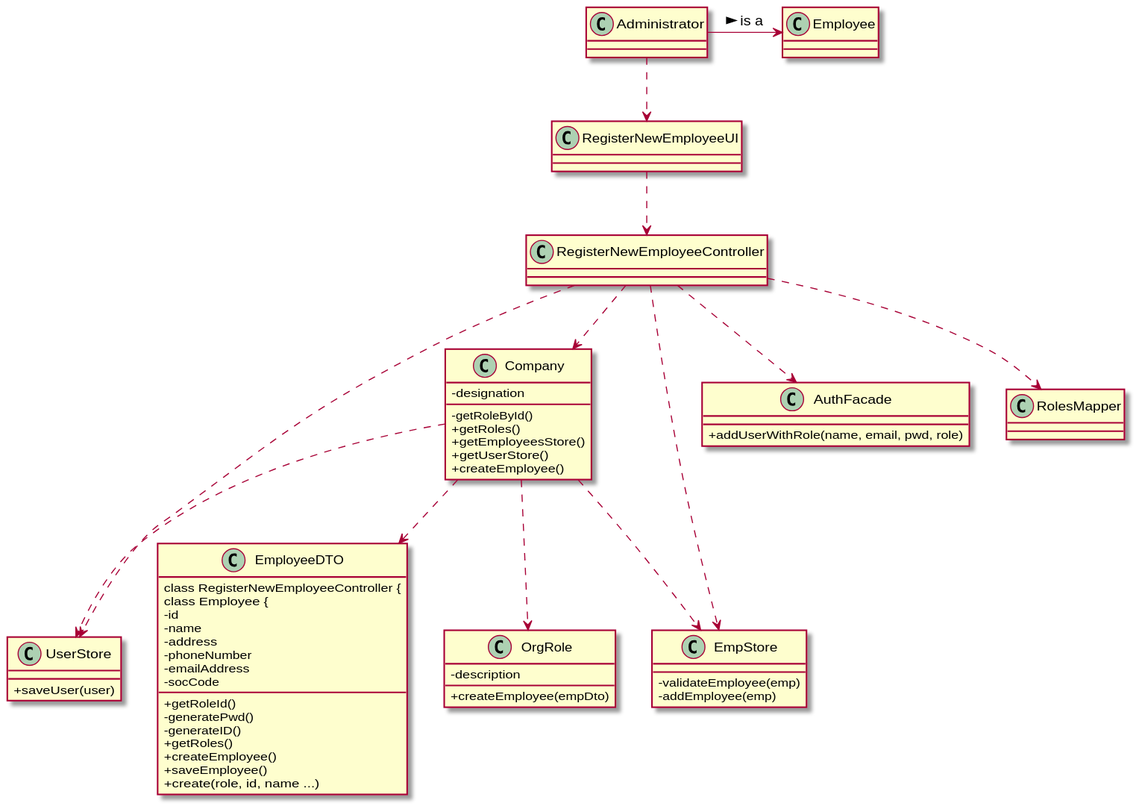
0franciscor/lei-21-s2-1de-g19 keeps this PlantUML diagram as docs/SprintB/US07/US07-CD.svg. Above is the earlier version.
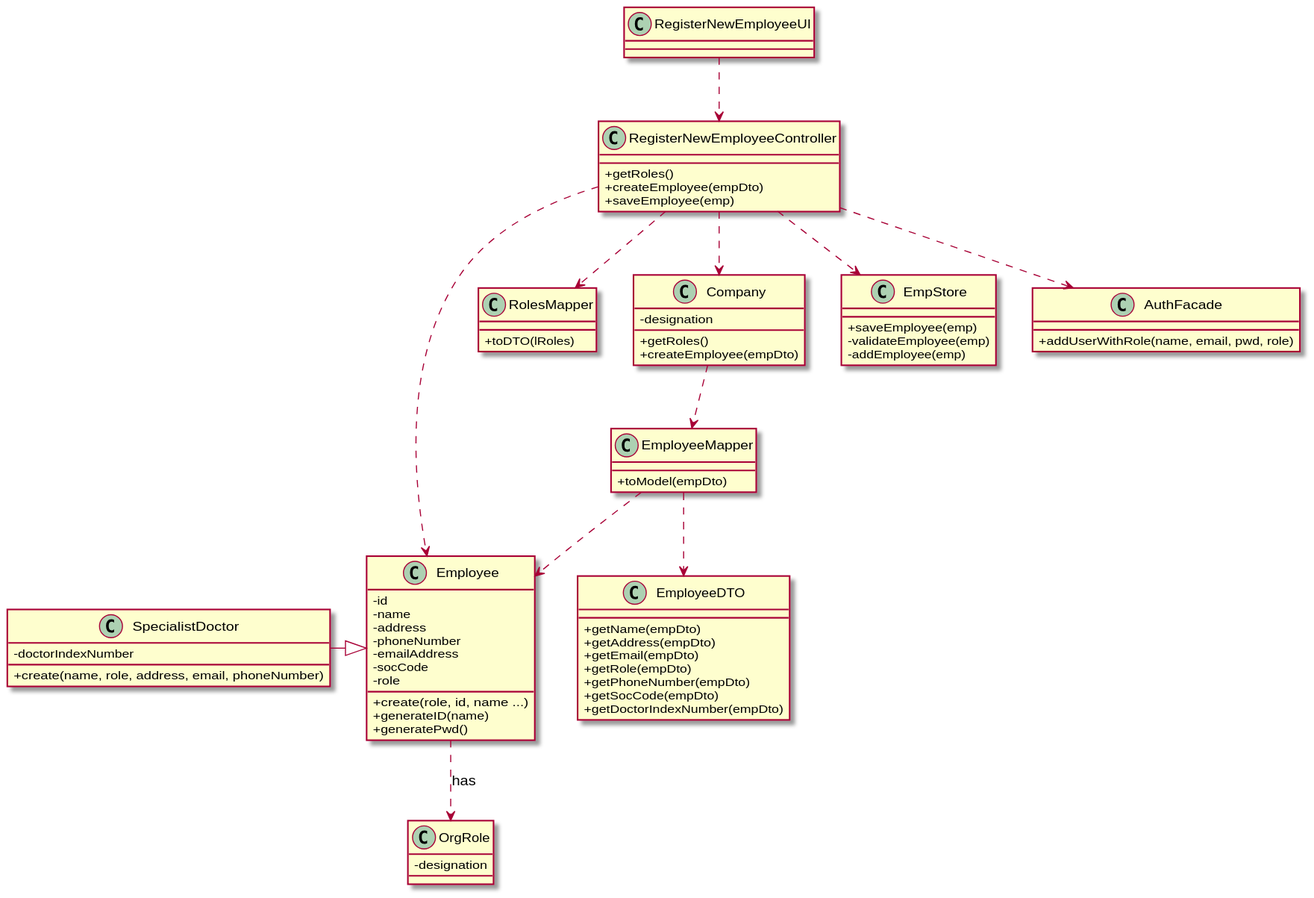
After the change.

The edit, as a diff of the source:
```diff
@@ -1,14 +1,31 @@
 @startuml
 skinparam classAttributeIconSize 0
 class RegisterNewEmployeeUI
+class RolesMapper {
+  +toDTO(lRoles)
+  }
+class EmployeeMapper {
+  +toModel(empDto)
+  }
+class SpecialistDoctor {
+  -doctorIndexNumber
+  +create(name, role, address, email, phoneNumber)
+  }
 class EmployeeDTO {
-  +getRoleId()
+  +getName(empDto)
+  +getAddress(empDto)
+  +getEmail(empDto)
+  +getRole(empDto)
+  +getPhoneNumber(empDto)
+  +getSocCode(empDto)
+  +getDoctorIndexNumber(empDto)
+  }
 class RegisterNewEmployeeController {
-  -generatePwd()
-  -generateID()
+
   +getRoles()
-  +createEmployee()
-  +saveEmployee()
+  +createEmployee(empDto)
+  +saveEmployee(emp)
+  }
 class Employee {
   -id
   -name
@@ -16,42 +33,36 @@
   -phoneNumber
   -emailAddress
   -socCode
+  -role
   +create(role, id, name ...)
+  +generateID(name)
+  +generatePwd()
 }
 class OrgRole {
-  -description
-  +createEmployee(empDto)
+  -designation
 }
 class Company {
   -designation
-  -getRoleById()
   +getRoles()
-  +getEmployeesStore()
-  +getUserStore()
-  +createEmployee()
-}
-
-class UserStore {
-  +saveUser(user)
+  +createEmployee(empDto)
 }
 class EmpStore {
+  +saveEmployee(emp)
   -validateEmployee(emp)
   -addEmployee(emp)
 }
 class AuthFacade {
   +addUserWithRole(name, email, pwd, role)
 }
-Company .-> UserStore
-Company .-> EmpStore
-Company .-> EmployeeDTO
-Company .-> OrgRole
+SpecialistDoctor -|> Employee
+Company .-> EmployeeMapper
+EmployeeMapper .-> EmployeeDTO
+EmployeeMapper .-> Employee
 RegisterNewEmployeeUI .-> RegisterNewEmployeeController
 RegisterNewEmployeeController .-> Company
 RegisterNewEmployeeController .-> RolesMapper
 RegisterNewEmployeeController .-> EmpStore
-RegisterNewEmployeeController .-> UserStore
+RegisterNewEmployeeController .-> Employee
 RegisterNewEmployeeController .-> AuthFacade
-Administrator .-> RegisterNewEmployeeUI
-
-Administrator -> Employee : > is a
+Employee .-> OrgRole : has
 @enduml
```
